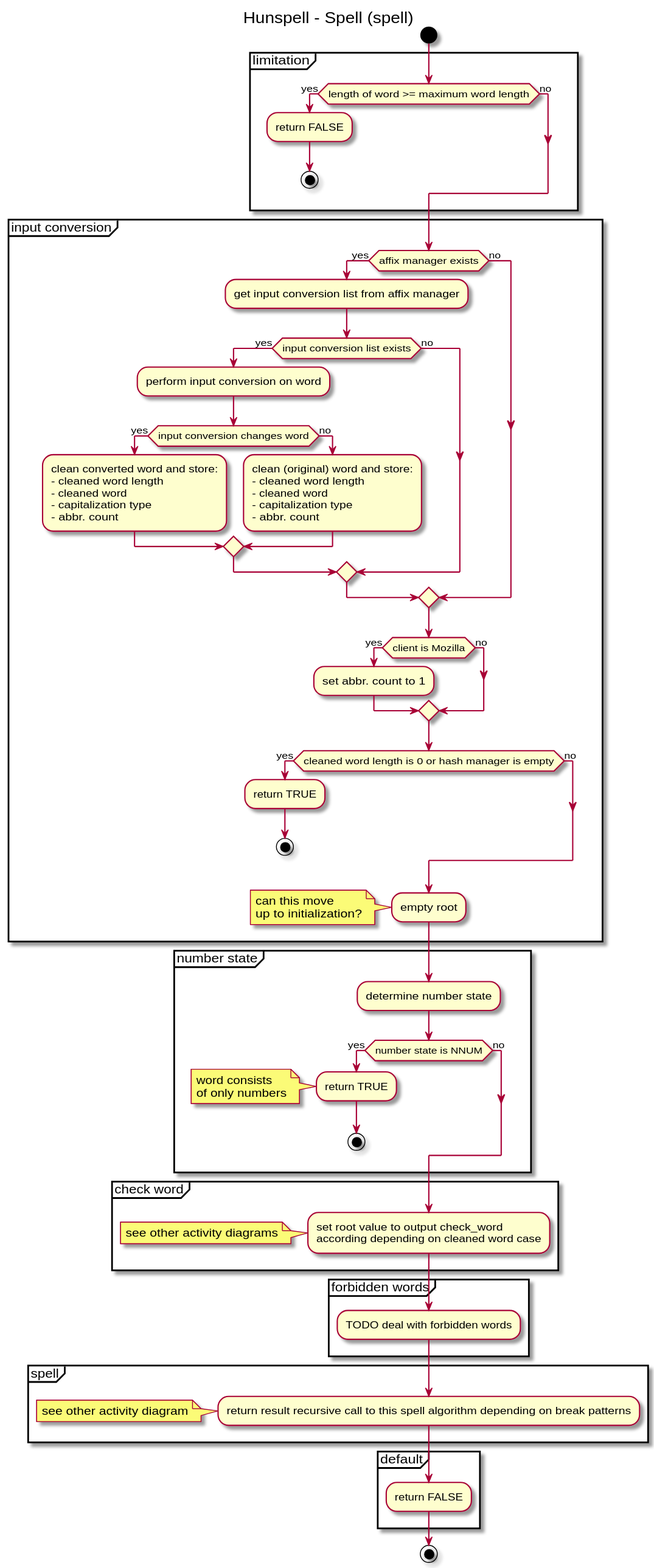
nuspell/misc-nuspell keeps this PlantUML diagram as uml/activity-diagrams/spell-activity-diagram.svg. Above is the earlier version. Its source is kept beside it as uml/plantuml/spell-activity-diagram.pu.
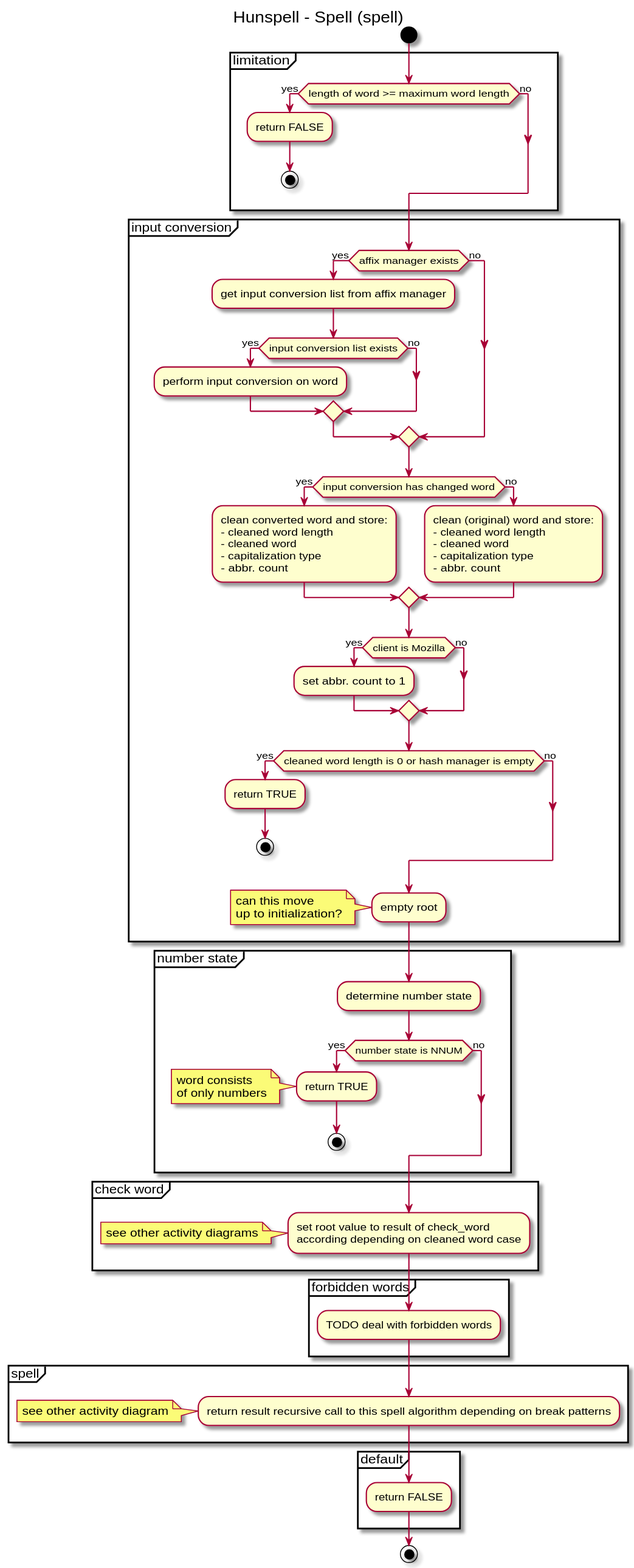
Above is the later version.

Change to the diagram source:
```diff
@@ -18,14 +18,14 @@
 		:get input conversion list from affix manager;
 		if (input conversion list exists) then (yes)
 			:perform input conversion on word;
-			if (input conversion changes word) then (yes)
-				:clean converted word and store:\n- cleaned word length\n- cleaned word\n- capitalization type\n- abbr. count;
-			else (no)
-				:clean (original) word and store:\n- cleaned word length\n- cleaned word\n- capitalization type\n- abbr. count;
-			endif
 		else (no)
 		endif
 	else (no)
+	endif
+	if (input conversion has changed word) then (yes)
+		:clean converted word and store:\n- cleaned word length\n- cleaned word\n- capitalization type\n- abbr. count;
+	else (no)
+		:clean (original) word and store:\n- cleaned word length\n- cleaned word\n- capitalization type\n- abbr. count;
 	endif
 
 	if (client is Mozilla) then (yes)
@@ -53,7 +53,7 @@
 }
 
 partition "check word" {
-	:set root value to output check_word\naccording depending on cleaned word case;
+	:set root value to result of check_word\naccording depending on cleaned word case;
 	note left: see other activity diagrams
 }
 
```
